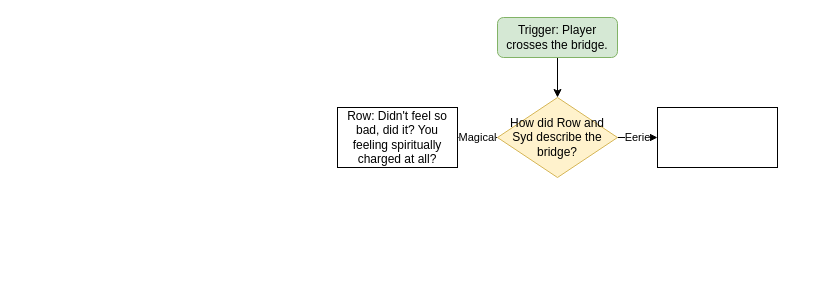
StaticSapphic/adventure-jam-2022 keeps this draw.io diagram as DrawIO-Dialogue/Untitled Diagram.drawio. Above is the earlier version. Source tidied: cells renumbered, new cells numbered last; positions are measured from the earlier drawing's top-left corner, leaving out a move shared by most shapes. Both pictures are drawn from the tidied source at 100%, with x=0, y=0 at pixel (337, 17).
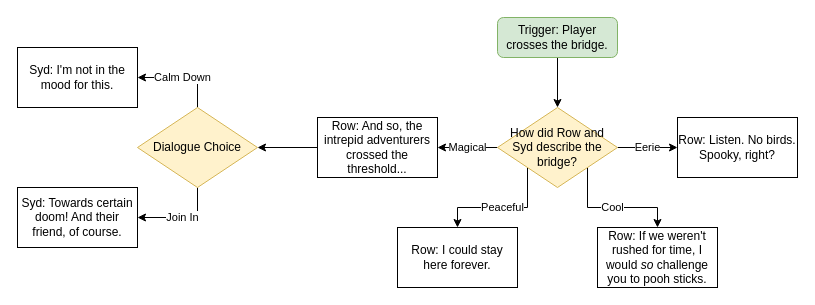
The same diagram, later.

The edit, as a diff of the source:
```diff
@@
 <mxGraphModel>
   <root>
     <mxCell id="0" />
     <mxCell id="1" parent="0" />
     <mxCell id="2" style="edgeStyle=orthogonalEdgeStyle;rounded=0;jettySize=auto;html=1;exitX=0.5;exitY=1;exitDx=0;exitDy=0;entryX=0.5;entryY=0;entryDx=0;entryDy=0;" parent="1" edge="1" source="3" target="6">
       <mxGeometry relative="1" as="geometry" />
     </mxCell>
     <mxCell id="3" value="Trigger: Player crosses the bridge." style="rounded=1;whiteSpace=wrap;html=1;fillColor=#d5e8d4;strokeColor=#82b366;" parent="1" vertex="1">
       <mxGeometry x="160" width="120" height="40" as="geometry" />
     </mxCell>
     <mxCell id="4" value="Eerie" style="edgeStyle=orthogonalEdgeStyle;rounded=0;jettySize=auto;html=1;exitX=1;exitY=0.5;exitDx=0;exitDy=0;" parent="1" edge="1" source="6" target="8">
       <mxGeometry relative="1" as="geometry" />
     </mxCell>
     <mxCell id="5" value="Magical" style="edgeStyle=orthogonalEdgeStyle;rounded=0;jettySize=auto;html=1;exitX=0;exitY=0.5;exitDx=0;exitDy=0;entryX=1;entryY=0.5;entryDx=0;entryDy=0;" parent="1" edge="1" source="6" target="7">
       <mxGeometry relative="1" as="geometry" />
     </mxCell>
+    <mxCell id="9" value="Peaceful" style="edgeStyle=orthogonalEdgeStyle;rounded=0;jettySize=auto;html=1;exitX=0;exitY=1;exitDx=0;exitDy=0;" parent="1" edge="1" source="6" target="12">
+      <mxGeometry relative="1" as="geometry" />
+    </mxCell>
+    <mxCell id="10" value="Cool" style="edgeStyle=orthogonalEdgeStyle;rounded=0;jettySize=auto;html=1;exitX=1;exitY=1;exitDx=0;exitDy=0;entryX=0.5;entryY=0;entryDx=0;entryDy=0;" parent="1" edge="1" source="6" target="13">
+      <mxGeometry relative="1" as="geometry" />
+    </mxCell>
     <mxCell id="6" value="How did Row and Syd describe the bridge?" style="rhombus;whiteSpace=wrap;html=1;fillColor=#fff2cc;strokeColor=#d6b656;" parent="1" vertex="1">
-      <mxGeometry x="160" y="80" width="120" height="80" as="geometry" />
+      <mxGeometry x="160" y="90" width="120" height="80" as="geometry" />
     </mxCell>
+    <mxCell id="11" style="edgeStyle=orthogonalEdgeStyle;rounded=0;jettySize=auto;html=1;exitX=0;exitY=0.5;exitDx=0;exitDy=0;entryX=1;entryY=0.5;entryDx=0;entryDy=0;" parent="1" edge="1" source="7" target="16">
+      <mxGeometry relative="1" as="geometry" />
+    </mxCell>
-    <mxCell id="7" value="Row: Didn't feel so bad, did it? You feeling spiritually charged at all?" style="rounded=0;whiteSpace=wrap;html=1;" parent="1" vertex="1">
-      <mxGeometry y="90" width="120" height="60" as="geometry" />
+    <mxCell id="7" value="Row: And so, the intrepid adventurers crossed the threshold..." style="rounded=0;whiteSpace=wrap;html=1;" parent="1" vertex="1">
+      <mxGeometry x="-20" y="100" width="120" height="60" as="geometry" />
     </mxCell>
-    <mxCell id="8" style="rounded=0;whiteSpace=wrap;html=1;" parent="1" vertex="1">
-      <mxGeometry x="320" y="90" width="120" height="60" as="geometry" />
+    <mxCell id="8" value="Row: Listen. No birds. Spooky, right?" style="rounded=0;whiteSpace=wrap;html=1;" parent="1" vertex="1">
+      <mxGeometry x="340" y="100" width="120" height="60" as="geometry" />
     </mxCell>
+    <mxCell id="12" value="Row: I could stay here forever." style="rounded=0;whiteSpace=wrap;html=1;" parent="1" vertex="1">
+      <mxGeometry x="60" y="210" width="120" height="60" as="geometry" />
+    </mxCell>
+    <mxCell id="13" value="Row: If we weren't rushed for time, I would &lt;i&gt;so&lt;/i&gt; challenge you to pooh sticks." style="rounded=0;whiteSpace=wrap;html=1;" parent="1" vertex="1">
+      <mxGeometry x="260" y="210" width="120" height="60" as="geometry" />
+    </mxCell>
+    <mxCell id="14" value="Join In" style="edgeStyle=orthogonalEdgeStyle;rounded=0;jettySize=auto;html=1;exitX=0.5;exitY=1;exitDx=0;exitDy=0;entryX=1;entryY=0.5;entryDx=0;entryDy=0;" parent="1" edge="1" source="16" target="17">
+      <mxGeometry relative="1" as="geometry" />
+    </mxCell>
+    <mxCell id="15" value="Calm Down" style="edgeStyle=orthogonalEdgeStyle;rounded=0;jettySize=auto;html=1;exitX=0.5;exitY=0;exitDx=0;exitDy=0;entryX=1;entryY=0.5;entryDx=0;entryDy=0;" parent="1" edge="1" source="16" target="18">
+      <mxGeometry relative="1" as="geometry" />
+    </mxCell>
+    <mxCell id="16" value="Dialogue Choice" style="rhombus;whiteSpace=wrap;html=1;fillColor=#fff2cc;strokeColor=#d6b656;" parent="1" vertex="1">
+      <mxGeometry x="-200" y="90" width="120" height="80" as="geometry" />
+    </mxCell>
+    <mxCell id="17" value="Syd: Towards certain doom! And their friend, of course." style="rounded=0;whiteSpace=wrap;html=1;" parent="1" vertex="1">
+      <mxGeometry x="-320" y="170" width="120" height="60" as="geometry" />
+    </mxCell>
+    <mxCell id="18" value="Syd: I'm not in the mood for this." style="rounded=0;whiteSpace=wrap;html=1;" parent="1" vertex="1">
+      <mxGeometry x="-320" y="30" width="120" height="60" as="geometry" />
+    </mxCell>
   </root>
 </mxGraphModel>
```
